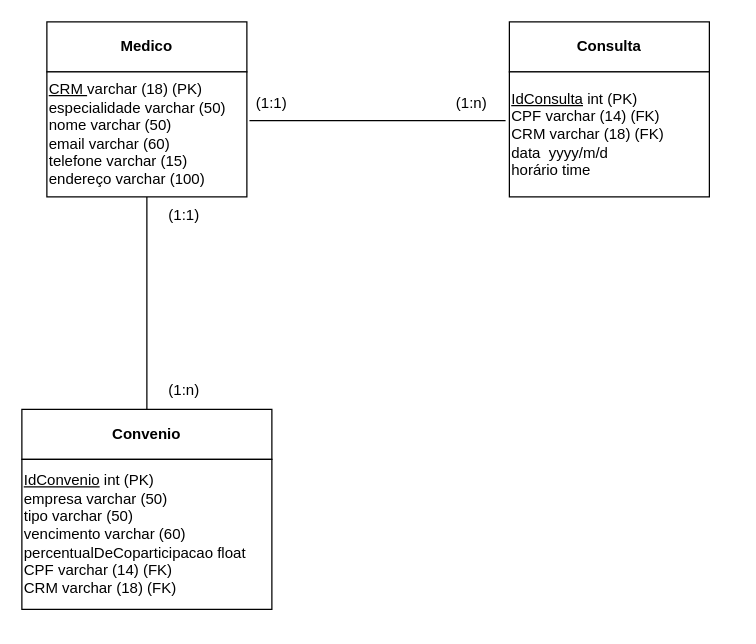
This is Modelo Relacional - Hospital.drawio from kauemelenek/Banco-de-dados, a draw.io file, before an edit. Source tidied: cells renumbered, new cells numbered last; positions are measured from the earlier drawing's top-left corner, leaving out a move shared by most shapes. Both pictures are drawn from the tidied source at 125%, with x=0, y=0 at pixel (21, 21).
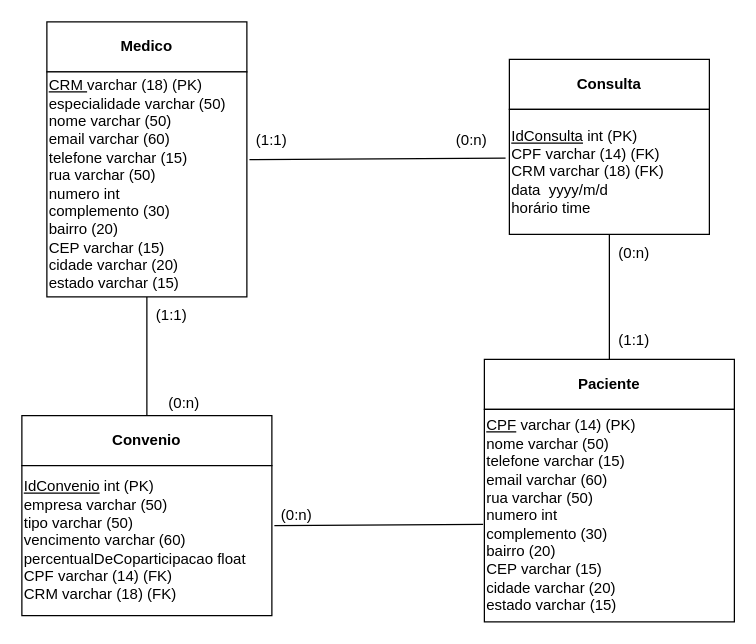
The same page after the edit.

What changed in the source:
```diff
@@
-    <mxCell id="3" value="&lt;div style=&quot;&quot;&gt;&lt;u style=&quot;background-color: initial;&quot;&gt;CRM &lt;/u&gt;&lt;span style=&quot;background-color: initial;&quot;&gt;varchar (18) (PK)&lt;/span&gt;&lt;/div&gt;&lt;div style=&quot;&quot;&gt;especialidade varchar (50)&lt;/div&gt;&lt;div style=&quot;&quot;&gt;nome varchar (50)&lt;/div&gt;&lt;div style=&quot;&quot;&gt;email varchar (60)&lt;/div&gt;&lt;div style=&quot;&quot;&gt;telefone varchar (15)&lt;/div&gt;&lt;div style=&quot;&quot;&gt;endereço varchar (100)&lt;/div&gt;" style="rounded=0;whiteSpace=wrap;html=1;align=left;" parent="1" vertex="1">
-      <mxGeometry x="20" y="40" width="160" height="100" as="geometry" />
+    <mxCell id="3" value="&lt;div style=&quot;&quot;&gt;&lt;u style=&quot;background-color: initial;&quot;&gt;CRM &lt;/u&gt;&lt;span style=&quot;background-color: initial;&quot;&gt;varchar (18) (PK)&lt;/span&gt;&lt;/div&gt;&lt;div style=&quot;&quot;&gt;especialidade varchar (50)&lt;/div&gt;&lt;div style=&quot;&quot;&gt;nome varchar (50)&lt;/div&gt;&lt;div style=&quot;&quot;&gt;email varchar (60)&lt;/div&gt;&lt;div style=&quot;&quot;&gt;telefone varchar (15)&lt;/div&gt;&lt;div style=&quot;&quot;&gt;&lt;div&gt;rua varchar (50)&lt;/div&gt;&lt;div&gt;numero int&lt;/div&gt;&lt;div&gt;complemento (30)&lt;/div&gt;&lt;div&gt;bairro (20)&lt;/div&gt;&lt;div&gt;CEP varchar (15)&lt;/div&gt;&lt;div&gt;cidade varchar (20)&lt;/div&gt;&lt;div&gt;estado varchar (15)&lt;/div&gt;&lt;/div&gt;" style="rounded=0;whiteSpace=wrap;html=1;align=left;" parent="1" vertex="1">
+      <mxGeometry x="20" y="40" width="160" height="180" as="geometry" />
     </mxCell>
     <mxCell id="4" value="&lt;b&gt;Consulta&lt;/b&gt;" style="rounded=0;whiteSpace=wrap;html=1;" parent="1" vertex="1">
-      <mxGeometry x="390" width="160" height="40" as="geometry" />
+      <mxGeometry x="390" y="30" width="160" height="40" as="geometry" />
     </mxCell>
     <mxCell id="5" value="&lt;div style=&quot;&quot;&gt;&lt;span style=&quot;background-color: initial;&quot;&gt;&lt;u&gt;IdConsulta&lt;/u&gt;&amp;nbsp;int (PK)&lt;/span&gt;&lt;/div&gt;&lt;div style=&quot;&quot;&gt;CPF varchar (14) (FK)&lt;/div&gt;&lt;div style=&quot;&quot;&gt;&lt;span style=&quot;background-color: initial;&quot;&gt;CRM varchar (18) (FK)&lt;/span&gt;&lt;/div&gt;&lt;div style=&quot;&quot;&gt;data&amp;nbsp; yyyy/m/d&lt;/div&gt;&lt;div style=&quot;&quot;&gt;horário time&lt;/div&gt;" style="rounded=0;whiteSpace=wrap;html=1;align=left;" parent="1" vertex="1">
-      <mxGeometry x="390" y="40" width="160" height="100" as="geometry" />
+      <mxGeometry x="390" y="70" width="160" height="100" as="geometry" />
     </mxCell>
@@
     <mxCell id="7" value="(1:1)" style="text;html=1;align=center;verticalAlign=middle;whiteSpace=wrap;rounded=0;" parent="1" vertex="1">
-      <mxGeometry x="170" y="50" width="60" height="30" as="geometry" />
+      <mxGeometry x="170" y="80" width="60" height="30" as="geometry" />
     </mxCell>
-    <mxCell id="8" value="(1:n)" style="text;html=1;align=center;verticalAlign=middle;whiteSpace=wrap;rounded=0;" parent="1" vertex="1">
-      <mxGeometry x="330" y="50" width="60" height="30" as="geometry" />
+    <mxCell id="8" value="(0:n)" style="text;html=1;align=center;verticalAlign=middle;whiteSpace=wrap;rounded=0;" parent="1" vertex="1">
+      <mxGeometry x="330" y="80" width="60" height="30" as="geometry" />
     </mxCell>
     <mxCell id="9" value="&lt;b&gt;Convenio&lt;/b&gt;" style="rounded=0;whiteSpace=wrap;html=1;" parent="1" vertex="1">
-      <mxGeometry y="310" width="200" height="40" as="geometry" />
+      <mxGeometry y="315" width="200" height="40" as="geometry" />
     </mxCell>
     <mxCell id="10" value="&lt;div style=&quot;&quot;&gt;&lt;u style=&quot;background-color: initial;&quot;&gt;IdConvenio&lt;/u&gt;&lt;span style=&quot;background-color: initial;&quot;&gt;&amp;nbsp;int&lt;/span&gt;&lt;span style=&quot;background-color: initial;&quot;&gt;&amp;nbsp;(PK)&lt;/span&gt;&lt;/div&gt;&lt;div style=&quot;&quot;&gt;empresa varchar (50)&lt;/div&gt;&lt;div style=&quot;&quot;&gt;tipo varchar (50)&lt;/div&gt;&lt;div style=&quot;&quot;&gt;vencimento varchar (60)&lt;/div&gt;&lt;div style=&quot;&quot;&gt;percentualDeCoparticipacao float&lt;/div&gt;&lt;div style=&quot;&quot;&gt;CPF varchar (14) (FK)&lt;/div&gt;&lt;div style=&quot;&quot;&gt;CRM varchar (18) (FK)&lt;/div&gt;" style="rounded=0;whiteSpace=wrap;html=1;align=left;" parent="1" vertex="1">
-      <mxGeometry y="350" width="200" height="120" as="geometry" />
+      <mxGeometry y="355" width="200" height="120" as="geometry" />
     </mxCell>
@@
-    <mxCell id="12" value="(1:1)" style="text;html=1;align=center;verticalAlign=middle;whiteSpace=wrap;rounded=0;" parent="1" vertex="1">
-      <mxGeometry x="100" y="140" width="60" height="30" as="geometry" />
-    </mxCell>
-    <mxCell id="13" value="(1:n)" style="text;html=1;align=center;verticalAlign=middle;whiteSpace=wrap;rounded=0;" parent="1" vertex="1">
-      <mxGeometry x="100" y="280" width="60" height="30" as="geometry" />
+    <mxCell id="13" value="(0:n)" style="text;html=1;align=center;verticalAlign=middle;whiteSpace=wrap;rounded=0;" parent="1" vertex="1">
+      <mxGeometry x="100" y="290" width="60" height="30" as="geometry" />
     </mxCell>
+    <mxCell id="14" value="&lt;b&gt;Paciente&lt;/b&gt;" style="rounded=0;whiteSpace=wrap;html=1;" parent="1" vertex="1">
+      <mxGeometry x="370" y="270" width="200" height="40" as="geometry" />
+    </mxCell>
+    <mxCell id="15" value="&lt;div style=&quot;&quot;&gt;&lt;span style=&quot;background-color: initial;&quot;&gt;&lt;u&gt;CPF&lt;/u&gt;&amp;nbsp;varchar (14)&lt;/span&gt;&lt;span style=&quot;background-color: initial;&quot;&gt;&amp;nbsp;(PK)&lt;/span&gt;&lt;/div&gt;&lt;div style=&quot;&quot;&gt;nome varchar (50)&lt;/div&gt;&lt;div style=&quot;&quot;&gt;telefone varchar (15)&lt;/div&gt;&lt;div style=&quot;&quot;&gt;email varchar (60)&lt;/div&gt;&lt;div style=&quot;&quot;&gt;rua varchar (50)&lt;/div&gt;&lt;div style=&quot;&quot;&gt;numero int&lt;/div&gt;&lt;div style=&quot;&quot;&gt;complemento (30)&lt;/div&gt;&lt;div style=&quot;&quot;&gt;bairro (20)&lt;/div&gt;&lt;div style=&quot;&quot;&gt;CEP varchar (15)&lt;/div&gt;&lt;div style=&quot;&quot;&gt;cidade varchar (20)&lt;/div&gt;&lt;div style=&quot;&quot;&gt;estado varchar (15)&lt;/div&gt;" style="rounded=0;whiteSpace=wrap;html=1;align=left;" parent="1" vertex="1">
+      <mxGeometry x="370" y="310" width="200" height="170" as="geometry" />
+    </mxCell>
+    <mxCell id="16" style="endArrow=none;html=1;rounded=0;entryX=1.01;entryY=0.4;entryDx=0;entryDy=0;entryPerimeter=0;exitX=-0.005;exitY=0.541;exitDx=0;exitDy=0;exitPerimeter=0;" parent="1" edge="1" source="15" target="10">
+      <mxGeometry relative="1" as="geometry" />
+    </mxCell>
+    <mxCell id="17" style="endArrow=none;html=1;rounded=0;entryX=0.5;entryY=1;entryDx=0;entryDy=0;exitX=0.5;exitY=0;exitDx=0;exitDy=0;" parent="1" edge="1" source="14" target="5">
+      <mxGeometry relative="1" as="geometry" />
+    </mxCell>
+    <mxCell id="18" value="(0:n)" style="text;html=1;align=center;verticalAlign=middle;whiteSpace=wrap;rounded=0;" parent="1" vertex="1">
+      <mxGeometry x="190" y="380" width="60" height="30" as="geometry" />
+    </mxCell>
+    <mxCell id="19" value="(0:n)" style="text;html=1;align=center;verticalAlign=middle;whiteSpace=wrap;rounded=0;" parent="1" vertex="1">
+      <mxGeometry x="460" y="170" width="60" height="30" as="geometry" />
+    </mxCell>
+    <mxCell id="20" value="(1:1)" style="text;html=1;align=center;verticalAlign=middle;whiteSpace=wrap;rounded=0;" parent="1" vertex="1">
+      <mxGeometry x="90" y="220" width="60" height="30" as="geometry" />
+    </mxCell>
+    <mxCell id="21" value="(1:1)" style="text;html=1;align=center;verticalAlign=middle;whiteSpace=wrap;rounded=0;" parent="1" vertex="1">
+      <mxGeometry x="460" y="240" width="60" height="30" as="geometry" />
+    </mxCell>
```
